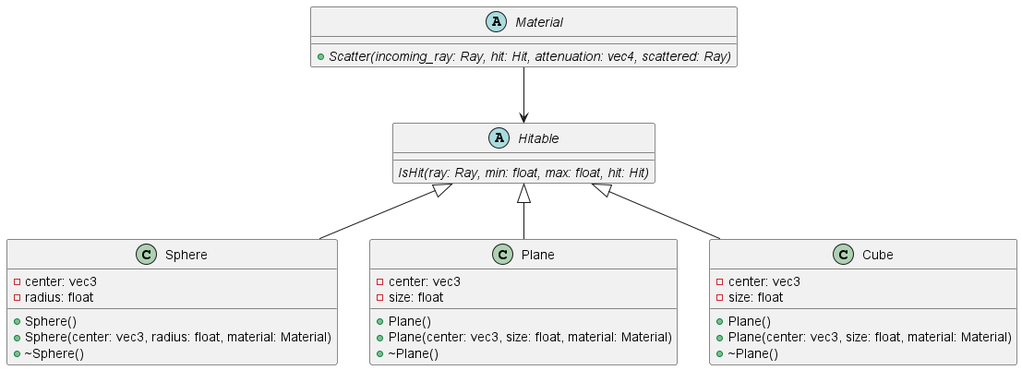
Above: docs/raytracer/raytracer_classes.png in wolfel1/Raytracy (PlantUML), before the change.
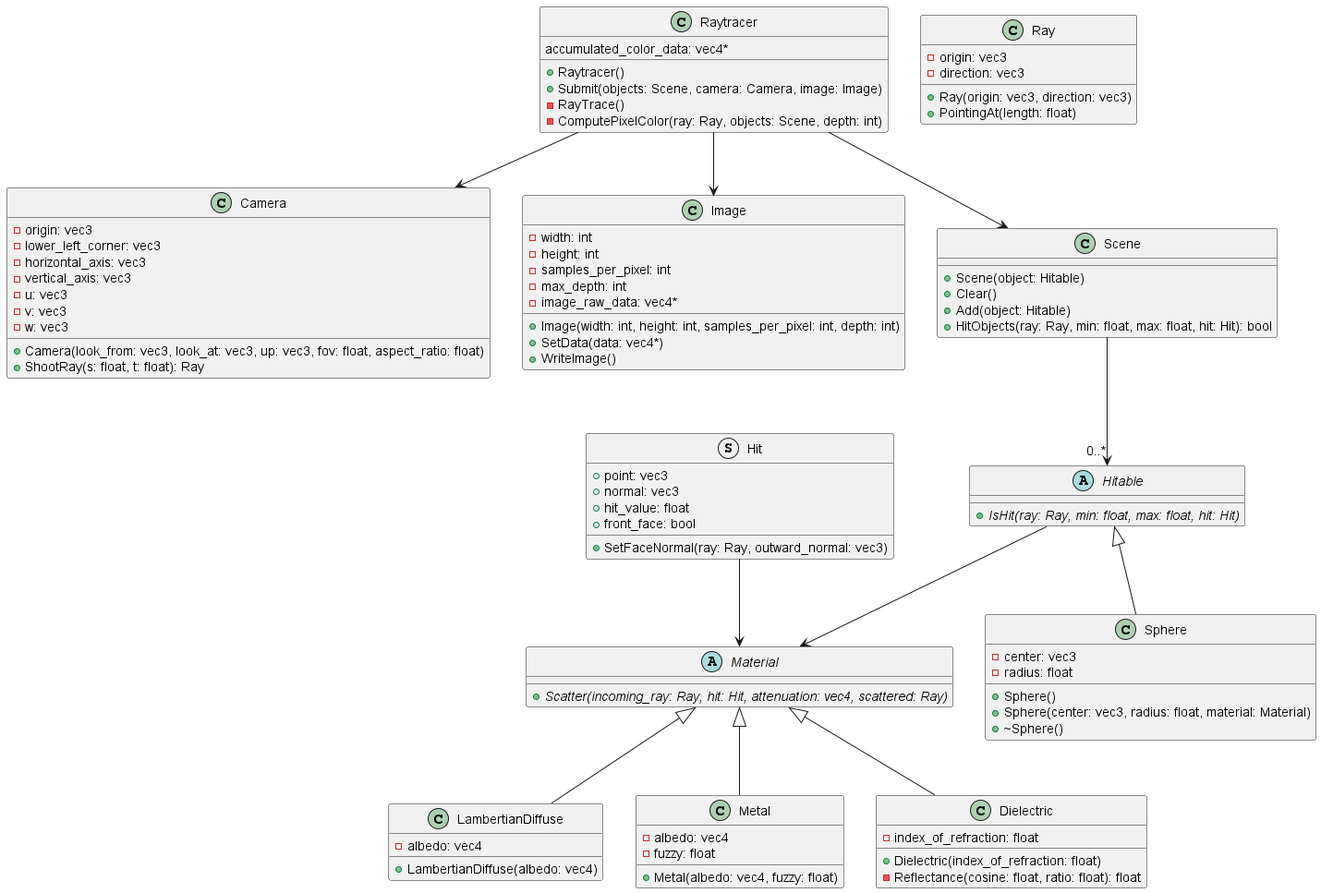
Later version of the same file.

Diff of the diagram source:
```diff
@@ -1,6 +1,6 @@
 @startuml raytracer_classes
 abstract Hitable
-Hitable : {abstract} IsHit(ray: Ray, min: float, max: float, hit: Hit)
+Hitable : {abstract} +IsHit(ray: Ray, min: float, max: float, hit: Hit)
 
 class Sphere
 Sphere : -center: vec3
@@ -9,25 +9,82 @@
 Sphere : +Sphere(center: vec3, radius: float, material: Material)
 Sphere : +~Sphere()
 
+Hitable <|-- Sphere
+Hitable --> Material
+
 abstract Material
 Material : {abstract} +Scatter(incoming_ray: Ray, hit: Hit, attenuation: vec4, scattered: Ray)
 
-class Plane
-Plane : -center: vec3
-Plane : -size: float
-Plane : +Plane()
-Plane : +Plane(center: vec3, size: float, material: Material)
-Plane : +~Plane()
+class LambertianDiffuse
+LambertianDiffuse : -albedo: vec4
+LambertianDiffuse : +LambertianDiffuse(albedo: vec4)
 
-class Cube
-Cube : -center: vec3
-Cube : -size: float
-Cube : +Plane()
-Cube : +Plane(center: vec3, size: float, material: Material)
-Cube : +~Plane()
+class Metal
+Metal : -albedo: vec4
+Metal : -fuzzy: float
+Metal : +Metal(albedo: vec4, fuzzy: float)
 
-Hitable <|-- Sphere
-Hitable <|-- Plane
-Hitable <|-- Cube
-Material --> Hitable
+class Dielectric
+Dielectric : -index_of_refraction: float
+Dielectric : +Dielectric(index_of_refraction: float)
+Dielectric : -Reflectance(cosine: float, ratio: float): float
+
+Material <|-- LambertianDiffuse
+Material <|-- Metal
+Material <|-- Dielectric
+
+struct Hit
+Hit : +point: vec3
+Hit : +normal: vec3
+Hit : +hit_value: float
+Hit : +front_face: bool
+Hit : +SetFaceNormal(ray: Ray, outward_normal: vec3)
+
+Hit --> Material
+
+class Camera
+Camera : -origin: vec3
+Camera : -lower_left_corner: vec3
+Camera : -horizontal_axis: vec3
+Camera : -vertical_axis: vec3
+Camera : -u: vec3
+Camera : -v: vec3
+Camera : -w: vec3
+Camera : +Camera(look_from: vec3, look_at: vec3, up: vec3, fov: float, aspect_ratio: float)
+Camera : +ShootRay(s: float, t: float): Ray
+
+class Image
+Image : -width: int
+Image : -height: int
+Image : -samples_per_pixel: int
+Image : -max_depth: int
+Image : -image_raw_data: vec4*
+Image : +Image(width: int, height: int, samples_per_pixel: int, depth: int)
+Image : +SetData(data: vec4*)
+Image : +WriteImage()
+
+class Ray
+Ray : -origin: vec3
+Ray : -direction: vec3
+Ray : +Ray(origin: vec3, direction: vec3)
+Ray : +PointingAt(length: float)
+
+class Scene
+Scene : +Scene(object: Hitable)
+Scene : +Clear()
+Scene : +Add(object: Hitable)
+Scene : +HitObjects(ray: Ray, min: float, max: float, hit: Hit): bool
+
+Scene --> "0..*" Hitable
+
+class Raytracer
+Raytracer : accumulated_color_data: vec4*
+Raytracer : +Raytracer()
+Raytracer : +Submit(objects: Scene, camera: Camera, image: Image)
+Raytracer : -RayTrace()
+Raytracer : -ComputePixelColor(ray: Ray, objects: Scene, depth: int)
+
+Raytracer --> Scene
+Raytracer --> Camera
+Raytracer --> Image
 @enduml
```
